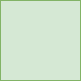
Above: 2022.7.drawio.png in muxicode/c153080686 (draw.io), before the change. Source tidied: cells renumbered, new cells last; positions are measured from the earlier drawing's top-left corner, leaving out a move shared by most shapes.
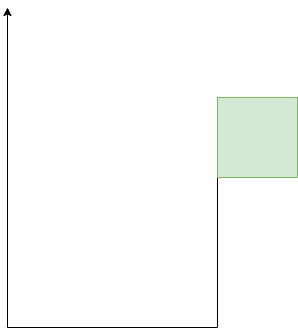
The same file after the commit.

Diff of the diagram source:
```diff
@@ -2,6 +2,15 @@
   <root>
     <mxCell id="0" />
     <mxCell id="1" parent="0" />
+    <mxCell id="3" style="edgeStyle=orthogonalEdgeStyle;rounded=0;jettySize=auto;html=1;exitX=0;exitY=0;exitDx=0;exitDy=0;" parent="1" edge="1" source="2">
+      <mxGeometry relative="1" as="geometry">
+        <mxPoint x="-210" y="-90" as="targetPoint" />
+        <Array as="points">
+          <mxPoint y="230" />
+          <mxPoint x="-210" y="230" />
+        </Array>
+      </mxGeometry>
+    </mxCell>
     <mxCell id="2" style="whiteSpace=wrap;html=1;fillColor=#d5e8d4;strokeColor=#82b366;" parent="1" vertex="1">
       <mxGeometry width="80" height="80" as="geometry" />
     </mxCell>
```
